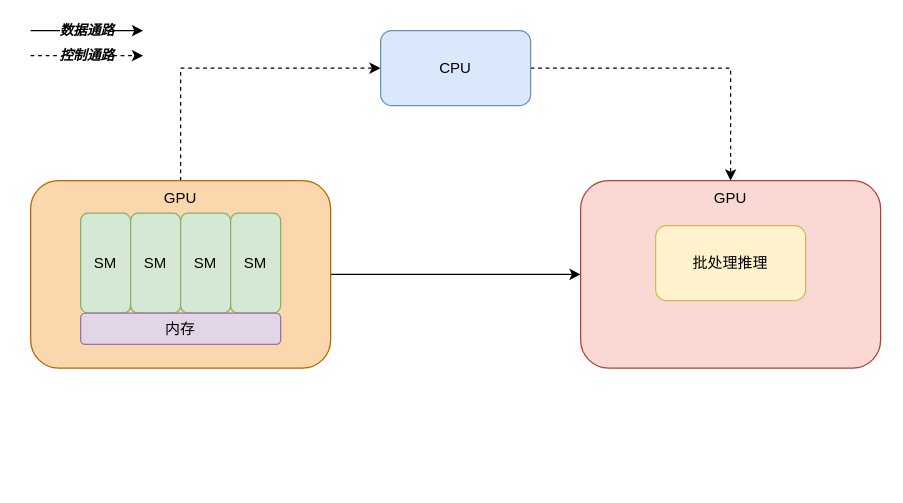
The draw.io diagram producer&consumer.drawio in CHRIS123540/GPU, before the edit. Source tidied: cells renumbered, new cells numbered last; positions are measured from the earlier drawing's top-left corner, leaving out a move shared by most shapes. Both pictures are drawn from the tidied source at 125%, with x=0, y=0 at pixel (30, 30).
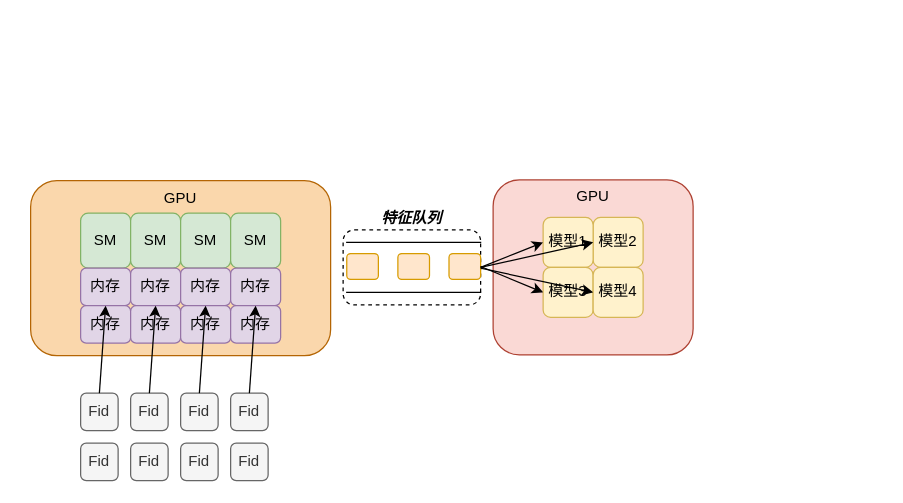
After the change.

What changed in the source:
```diff
@@
-    <mxCell id="2" style="edgeStyle=orthogonalEdgeStyle;rounded=0;jettySize=auto;html=1;" parent="1" edge="1" source="4" target="5">
-      <mxGeometry relative="1" as="geometry" />
-    </mxCell>
-    <mxCell id="3" style="edgeStyle=orthogonalEdgeStyle;rounded=0;jettySize=auto;html=1;exitX=0.5;exitY=0;exitDx=0;exitDy=0;entryX=0;entryY=0.5;entryDx=0;entryDy=0;dashed=1;" parent="1" edge="1" source="4" target="12">
-      <mxGeometry relative="1" as="geometry" />
-    </mxCell>
     <mxCell id="4" value="GPU&lt;br&gt;" style="rounded=1;whiteSpace=wrap;html=1;fillColor=#fad7ac;strokeColor=#b46504;verticalAlign=top;" parent="1" vertex="1">
-      <mxGeometry y="120" width="240" height="150" as="geometry" />
+      <mxGeometry y="120" width="240" height="140" as="geometry" />
     </mxCell>
     <mxCell id="5" value="GPU" style="rounded=1;whiteSpace=wrap;html=1;fillColor=#fad9d5;strokeColor=#ae4132;verticalAlign=top;" parent="1" vertex="1">
-      <mxGeometry x="440" y="120" width="240" height="150" as="geometry" />
+      <mxGeometry x="370" y="119.4" width="160" height="140" as="geometry" />
     </mxCell>
     <mxCell id="6" value="SM" style="rounded=1;whiteSpace=wrap;html=1;fillColor=#d5e8d4;strokeColor=#82b366;" parent="1" vertex="1">
-      <mxGeometry x="40" y="146" width="40" height="80" as="geometry" />
+      <mxGeometry x="40" y="146" width="40" height="44" as="geometry" />
     </mxCell>
     <mxCell id="7" value="SM" style="rounded=1;whiteSpace=wrap;html=1;fillColor=#d5e8d4;strokeColor=#82b366;" parent="1" vertex="1">
-      <mxGeometry x="80" y="146" width="40" height="80" as="geometry" />
+      <mxGeometry x="80" y="146" width="40" height="44" as="geometry" />
     </mxCell>
     <mxCell id="8" value="SM" style="rounded=1;whiteSpace=wrap;html=1;fillColor=#d5e8d4;strokeColor=#82b366;" parent="1" vertex="1">
-      <mxGeometry x="120" y="146" width="40" height="80" as="geometry" />
+      <mxGeometry x="120" y="146" width="40" height="44" as="geometry" />
     </mxCell>
     <mxCell id="9" value="SM" style="rounded=1;whiteSpace=wrap;html=1;fillColor=#d5e8d4;strokeColor=#82b366;" parent="1" vertex="1">
-      <mxGeometry x="160" y="146" width="40" height="80" as="geometry" />
+      <mxGeometry x="160" y="146" width="40" height="44" as="geometry" />
     </mxCell>
     <mxCell id="10" value="内存" style="rounded=1;whiteSpace=wrap;html=1;fillColor=#e1d5e7;strokeColor=#9673a6;" parent="1" vertex="1">
-      <mxGeometry x="40" y="226" width="160" height="25" as="geometry" />
+      <mxGeometry x="40" y="190" width="40" height="30" as="geometry" />
     </mxCell>
-    <mxCell id="11" style="edgeStyle=orthogonalEdgeStyle;rounded=0;jettySize=auto;html=1;entryX=0.5;entryY=0;entryDx=0;entryDy=0;dashed=1;" parent="1" edge="1" source="12" target="5">
-      <mxGeometry relative="1" as="geometry" />
-    </mxCell>
-    <mxCell id="12" value="CPU" style="rounded=1;whiteSpace=wrap;html=1;fillColor=#dae8fc;strokeColor=#6c8ebf;" parent="1" vertex="1">
-      <mxGeometry x="280" width="120" height="60" as="geometry" />
-    </mxCell>
-    <mxCell id="13" value="批处理推理" style="rounded=1;whiteSpace=wrap;html=1;fillColor=#fff2cc;strokeColor=#d6b656;" parent="1" vertex="1">
-      <mxGeometry x="500" y="156" width="120" height="60" as="geometry" />
+    <mxCell id="13" value="模型2" style="rounded=1;whiteSpace=wrap;html=1;fillColor=#fff2cc;strokeColor=#d6b656;" parent="1" vertex="1">
+      <mxGeometry x="450" y="149.4" width="40" height="40" as="geometry" />
     </mxCell>
-    <mxCell id="14" value="数据通路" style="endArrow=classic;html=1;rounded=0;fontFamily=Times New Roman;fontStyle=3;" parent="1" edge="1">
-      <mxGeometry relative="1" as="geometry">
-        <mxPoint as="sourcePoint" />
-        <mxPoint x="90" as="targetPoint" />
-      </mxGeometry>
-    </mxCell>
-    <mxCell id="15" value="控制通路" style="endArrow=classic;html=1;rounded=0;dashed=1;fontFamily=Times New Roman;fontStyle=3;" parent="1" edge="1">
-      <mxGeometry relative="1" as="geometry">
-        <mxPoint y="20" as="sourcePoint" />
-        <mxPoint x="90" y="20" as="targetPoint" />
-      </mxGeometry>
-    </mxCell>
+    <mxCell id="16" style="edgeStyle=orthogonalEdgeStyle;rounded=0;orthogonalLoop=1;jettySize=auto;html=1;exitX=0.5;exitY=1;exitDx=0;exitDy=0;" parent="1" edge="1" source="7" target="7">
+      <mxGeometry relative="1" as="geometry" />
+    </mxCell>
+    <mxCell id="17" value="内存" style="rounded=1;whiteSpace=wrap;html=1;fillColor=#e1d5e7;strokeColor=#9673a6;" parent="1" vertex="1">
+      <mxGeometry x="80" y="190" width="40" height="30" as="geometry" />
+    </mxCell>
+    <mxCell id="18" value="内存" style="rounded=1;whiteSpace=wrap;html=1;fillColor=#e1d5e7;strokeColor=#9673a6;" parent="1" vertex="1">
+      <mxGeometry x="120" y="190" width="40" height="30" as="geometry" />
+    </mxCell>
+    <mxCell id="19" value="内存" style="rounded=1;whiteSpace=wrap;html=1;fillColor=#e1d5e7;strokeColor=#9673a6;" parent="1" vertex="1">
+      <mxGeometry x="160" y="190" width="40" height="30" as="geometry" />
+    </mxCell>
+    <mxCell id="20" value="内存" style="rounded=1;whiteSpace=wrap;html=1;fillColor=#e1d5e7;strokeColor=#9673a6;" parent="1" vertex="1">
+      <mxGeometry x="40" y="220" width="40" height="30" as="geometry" />
+    </mxCell>
+    <mxCell id="21" value="内存" style="rounded=1;whiteSpace=wrap;html=1;fillColor=#e1d5e7;strokeColor=#9673a6;" parent="1" vertex="1">
+      <mxGeometry x="80" y="220" width="40" height="30" as="geometry" />
+    </mxCell>
+    <mxCell id="22" value="内存" style="rounded=1;whiteSpace=wrap;html=1;fillColor=#e1d5e7;strokeColor=#9673a6;" parent="1" vertex="1">
+      <mxGeometry x="120" y="220" width="40" height="30" as="geometry" />
+    </mxCell>
+    <mxCell id="23" value="内存" style="rounded=1;whiteSpace=wrap;html=1;fillColor=#e1d5e7;strokeColor=#9673a6;" parent="1" vertex="1">
+      <mxGeometry x="160" y="220" width="40" height="30" as="geometry" />
+    </mxCell>
+    <mxCell id="24" value="Fid" style="rounded=1;whiteSpace=wrap;html=1;fillColor=#f5f5f5;fontColor=#333333;strokeColor=#666666;" parent="1" vertex="1">
+      <mxGeometry x="40" y="290" width="30" height="30" as="geometry" />
+    </mxCell>
+    <mxCell id="25" value="Fid" style="rounded=1;whiteSpace=wrap;html=1;fillColor=#f5f5f5;fontColor=#333333;strokeColor=#666666;" parent="1" vertex="1">
+      <mxGeometry x="80" y="290" width="30" height="30" as="geometry" />
+    </mxCell>
+    <mxCell id="26" value="Fid" style="rounded=1;whiteSpace=wrap;html=1;fillColor=#f5f5f5;fontColor=#333333;strokeColor=#666666;" parent="1" vertex="1">
+      <mxGeometry x="120" y="290" width="30" height="30" as="geometry" />
+    </mxCell>
+    <mxCell id="27" value="Fid" style="rounded=1;whiteSpace=wrap;html=1;fillColor=#f5f5f5;fontColor=#333333;strokeColor=#666666;" parent="1" vertex="1">
+      <mxGeometry x="160" y="290" width="30" height="30" as="geometry" />
+    </mxCell>
+    <mxCell id="28" style="endArrow=classic;html=1;rounded=0;entryX=0.5;entryY=0;entryDx=0;entryDy=0;exitX=0.5;exitY=0;exitDx=0;exitDy=0;" parent="1" edge="1" source="24" target="20">
+      <mxGeometry relative="1" as="geometry" />
+    </mxCell>
+    <mxCell id="29" style="endArrow=classic;html=1;rounded=0;entryX=0.5;entryY=0;entryDx=0;entryDy=0;exitX=0.5;exitY=0;exitDx=0;exitDy=0;" parent="1" edge="1" source="25" target="21">
+      <mxGeometry relative="1" as="geometry" />
+    </mxCell>
+    <mxCell id="30" style="endArrow=classic;html=1;rounded=0;entryX=0.5;entryY=0;entryDx=0;entryDy=0;exitX=0.5;exitY=0;exitDx=0;exitDy=0;" parent="1" edge="1" source="26" target="22">
+      <mxGeometry relative="1" as="geometry" />
+    </mxCell>
+    <mxCell id="31" style="endArrow=classic;html=1;rounded=0;entryX=0.5;entryY=0;entryDx=0;entryDy=0;exitX=0.5;exitY=0;exitDx=0;exitDy=0;" parent="1" edge="1" source="27" target="23">
+      <mxGeometry relative="1" as="geometry" />
+    </mxCell>
+    <mxCell id="32" value="Fid" style="rounded=1;whiteSpace=wrap;html=1;fillColor=#f5f5f5;fontColor=#333333;strokeColor=#666666;" parent="1" vertex="1">
+      <mxGeometry x="40" y="330" width="30" height="30" as="geometry" />
+    </mxCell>
+    <mxCell id="33" value="Fid" style="rounded=1;whiteSpace=wrap;html=1;fillColor=#f5f5f5;fontColor=#333333;strokeColor=#666666;" parent="1" vertex="1">
+      <mxGeometry x="80" y="330" width="30" height="30" as="geometry" />
+    </mxCell>
+    <mxCell id="34" value="Fid" style="rounded=1;whiteSpace=wrap;html=1;fillColor=#f5f5f5;fontColor=#333333;strokeColor=#666666;" parent="1" vertex="1">
+      <mxGeometry x="120" y="330" width="30" height="30" as="geometry" />
+    </mxCell>
+    <mxCell id="35" value="Fid" style="rounded=1;whiteSpace=wrap;html=1;fillColor=#f5f5f5;fontColor=#333333;strokeColor=#666666;" parent="1" vertex="1">
+      <mxGeometry x="160" y="330" width="30" height="30" as="geometry" />
+    </mxCell>
+    <mxCell id="36" value="模型1" style="rounded=1;whiteSpace=wrap;html=1;fillColor=#fff2cc;strokeColor=#d6b656;" parent="1" vertex="1">
+      <mxGeometry x="410" y="149.4" width="40" height="40" as="geometry" />
+    </mxCell>
+    <mxCell id="37" value="模型3" style="rounded=1;whiteSpace=wrap;html=1;fillColor=#fff2cc;strokeColor=#d6b656;" parent="1" vertex="1">
+      <mxGeometry x="410" y="189.4" width="40" height="40" as="geometry" />
+    </mxCell>
+    <mxCell id="38" value="模型4" style="rounded=1;whiteSpace=wrap;html=1;fillColor=#fff2cc;strokeColor=#d6b656;" parent="1" vertex="1">
+      <mxGeometry x="450" y="189.4" width="40" height="40" as="geometry" />
+    </mxCell>
+    <mxCell id="39" value="特征队列" style="rounded=1;whiteSpace=wrap;html=1;verticalAlign=bottom;labelPosition=center;verticalLabelPosition=top;align=center;dashed=1;fontFamily=Times New Roman;fontStyle=3;" parent="1" vertex="1">
+      <mxGeometry x="250" y="159.4" width="110" height="60" as="geometry" />
+    </mxCell>
+    <mxCell id="40" style="shape=partialRectangle;whiteSpace=wrap;html=1;left=0;right=0;fillColor=none;fontFamily=Times New Roman;fontStyle=3;" parent="1" vertex="1">
+      <mxGeometry x="252.9" y="169.4" width="107.1" height="40" as="geometry" />
+    </mxCell>
+    <mxCell id="41" style="rounded=1;whiteSpace=wrap;html=1;fillColor=#ffe6cc;strokeColor=#d79b00;fontFamily=Times New Roman;fontStyle=3;" parent="1" vertex="1">
+      <mxGeometry x="252.9" y="178.4" width="25.3" height="20.6" as="geometry" />
+    </mxCell>
+    <mxCell id="42" style="rounded=1;whiteSpace=wrap;html=1;fillColor=#ffe6cc;strokeColor=#d79b00;fontFamily=Times New Roman;fontStyle=3;" parent="1" vertex="1">
+      <mxGeometry x="293.8" y="178.4" width="25.3" height="20.6" as="geometry" />
+    </mxCell>
+    <mxCell id="43" style="rounded=1;whiteSpace=wrap;html=1;fillColor=#ffe6cc;strokeColor=#d79b00;fontFamily=Times New Roman;fontStyle=3;" parent="1" vertex="1">
+      <mxGeometry x="334.7" y="178.4" width="25.3" height="20.6" as="geometry" />
+    </mxCell>
+    <mxCell id="44" style="endArrow=classic;html=1;rounded=0;entryX=0;entryY=0.5;entryDx=0;entryDy=0;exitX=1;exitY=0.5;exitDx=0;exitDy=0;" parent="1" edge="1" source="40" target="36">
+      <mxGeometry relative="1" as="geometry" />
+    </mxCell>
+    <mxCell id="45" style="endArrow=classic;html=1;rounded=0;entryX=0;entryY=0.5;entryDx=0;entryDy=0;exitX=1;exitY=0.5;exitDx=0;exitDy=0;" parent="1" edge="1" source="43" target="37">
+      <mxGeometry relative="1" as="geometry" />
+    </mxCell>
+    <mxCell id="46" style="endArrow=classic;html=1;rounded=0;entryX=0;entryY=0.5;entryDx=0;entryDy=0;exitX=1;exitY=0.5;exitDx=0;exitDy=0;" parent="1" edge="1" source="39" target="13">
+      <mxGeometry relative="1" as="geometry" />
+    </mxCell>
+    <mxCell id="47" style="endArrow=classic;html=1;rounded=0;entryX=1;entryY=0.5;entryDx=0;entryDy=0;" parent="1" edge="1" target="37">
+      <mxGeometry relative="1" as="geometry">
+        <mxPoint x="360" y="190" as="sourcePoint" />
+      </mxGeometry>
+    </mxCell>
```
